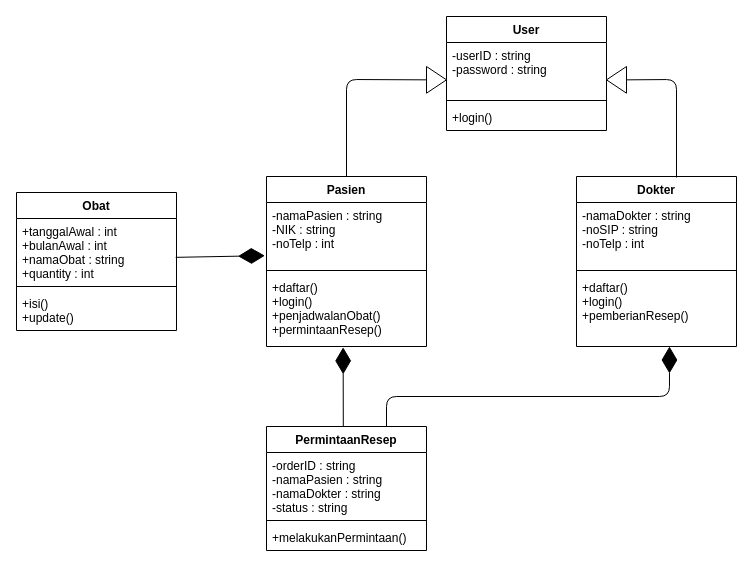
Before: class diagram.drawio in WidadAbida/Praktikum-PPL, a draw.io diagram. Source tidied: cells renumbered, new cells numbered last; positions are measured from the earlier drawing's top-left corner, leaving out a move shared by most shapes. Both pictures are drawn from the tidied source at 100%, with x=0, y=0 at pixel (16, 16).
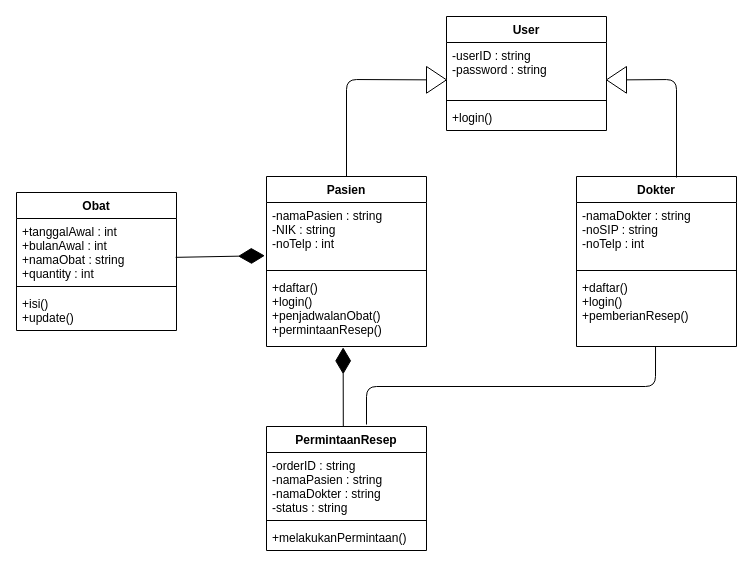
The same page after the edit.

The change refers to these unchanged cells:
```xml
<mxCell id="13" value="+daftar()&#10;+login()&#10;+pemberianResep()" style="text;strokeColor=none;fillColor=none;align=left;verticalAlign=top;spacingLeft=4;spacingRight=4;overflow=hidden;points=[[0,0.5],[1,0.5]];portConstraint=eastwest;" parent="10" vertex="1">
  <mxGeometry y="98" width="160" height="72" as="geometry" />
</mxCell>
<mxCell id="23" value="PermintaanResep" style="swimlane;fontStyle=1;align=center;verticalAlign=top;horizontal=1;startSize=26;" parent="1" vertex="1">
  <mxGeometry x="250" y="410" width="160" height="124" as="geometry" />
</mxCell>
```

What changed in the source:
```diff
@@
-    <mxCell id="28" style="endArrow=diamondThin;endFill=1;endSize=24;html=1;exitX=0.75;exitY=0;exitDx=0;exitDy=0;entryX=0.581;entryY=1;entryDx=0;entryDy=0;entryPerimeter=0;" parent="1" edge="1" source="23" target="13">
+    <mxCell id="28" style="endArrow=none;html=1;exitX=0.625;exitY=-0.016;exitDx=0;exitDy=0;exitPerimeter=0;entryX=0.494;entryY=1;entryDx=0;entryDy=0;entryPerimeter=0;" parent="1" edge="1" source="23" target="13">
       <mxGeometry relative="1" as="geometry">
         <Array as="points">
-          <mxPoint x="370" y="380" />
-          <mxPoint x="653" y="380" />
+          <mxPoint x="350" y="370" />
+          <mxPoint x="639" y="370" />
         </Array>
       </mxGeometry>
     </mxCell>
```
